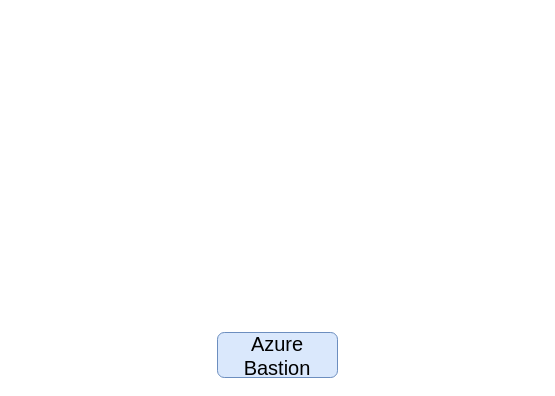
Above: page "Azure Bastion" (4 of 4) of Cloud/Azure/Azure Load Balancing & Connectivity.drawio in FilledVaccum/MindMaps (draw.io), before the change. Source tidied: cells renumbered, new cells numbered last; positions are measured from the earlier drawing's top-left corner, leaving out a move shared by most shapes. Both pictures are drawn from the tidied source at 100%, with x=0, y=0 at pixel (217, 332).
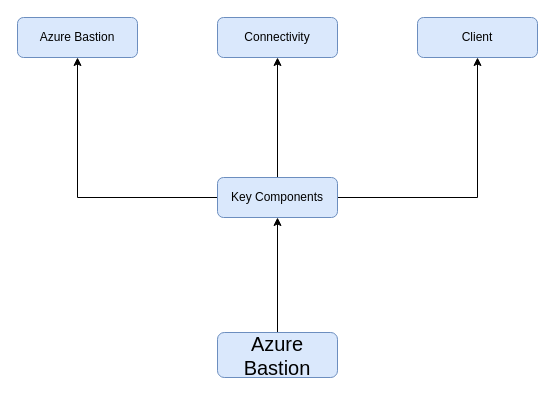
Above is the later version.

Change to the diagram source:
```diff
@@
 <mxGraphModel>
   <root>
     <mxCell id="0" />
     <mxCell id="1" parent="0" />
+    <mxCell id="3" style="edgeStyle=orthogonalEdgeStyle;rounded=0;jettySize=auto;html=1;" parent="1" edge="1" source="2" target="7">
+      <mxGeometry relative="1" as="geometry" />
+    </mxCell>
     <mxCell id="2" value="&lt;font style=&quot;font-size: 20px;&quot;&gt;Azure Bastion&lt;br&gt;&lt;/font&gt;" style="rounded=1;whiteSpace=wrap;html=1;fillColor=#dae8fc;strokeColor=#6c8ebf;" parent="1" vertex="1">
       <mxGeometry width="120" height="45" as="geometry" />
     </mxCell>
+    <mxCell id="4" style="edgeStyle=orthogonalEdgeStyle;rounded=0;jettySize=auto;html=1;" parent="1" edge="1" source="7" target="8">
+      <mxGeometry relative="1" as="geometry" />
+    </mxCell>
+    <mxCell id="5" style="edgeStyle=orthogonalEdgeStyle;rounded=0;jettySize=auto;html=1;entryX=0.5;entryY=1;entryDx=0;entryDy=0;" parent="1" edge="1" source="7" target="9">
+      <mxGeometry relative="1" as="geometry" />
+    </mxCell>
+    <mxCell id="6" style="edgeStyle=orthogonalEdgeStyle;rounded=0;jettySize=auto;html=1;" parent="1" edge="1" source="7" target="10">
+      <mxGeometry relative="1" as="geometry" />
+    </mxCell>
+    <mxCell id="7" value="Key Components" style="whiteSpace=wrap;html=1;fillColor=#dae8fc;strokeColor=#6c8ebf;rounded=1;" parent="1" vertex="1">
+      <mxGeometry y="-155" width="120" height="40" as="geometry" />
+    </mxCell>
+    <mxCell id="8" value="Connectivity" style="whiteSpace=wrap;html=1;fillColor=#dae8fc;strokeColor=#6c8ebf;rounded=1;" parent="1" vertex="1">
+      <mxGeometry y="-315" width="120" height="40" as="geometry" />
+    </mxCell>
+    <mxCell id="9" value="Azure Bastion" style="whiteSpace=wrap;html=1;fillColor=#dae8fc;strokeColor=#6c8ebf;rounded=1;" parent="1" vertex="1">
+      <mxGeometry x="-200" y="-315" width="120" height="40" as="geometry" />
+    </mxCell>
+    <mxCell id="10" value="Client" style="whiteSpace=wrap;html=1;fillColor=#dae8fc;strokeColor=#6c8ebf;rounded=1;" parent="1" vertex="1">
+      <mxGeometry x="200" y="-315" width="120" height="40" as="geometry" />
+    </mxCell>
   </root>
 </mxGraphModel>
```
